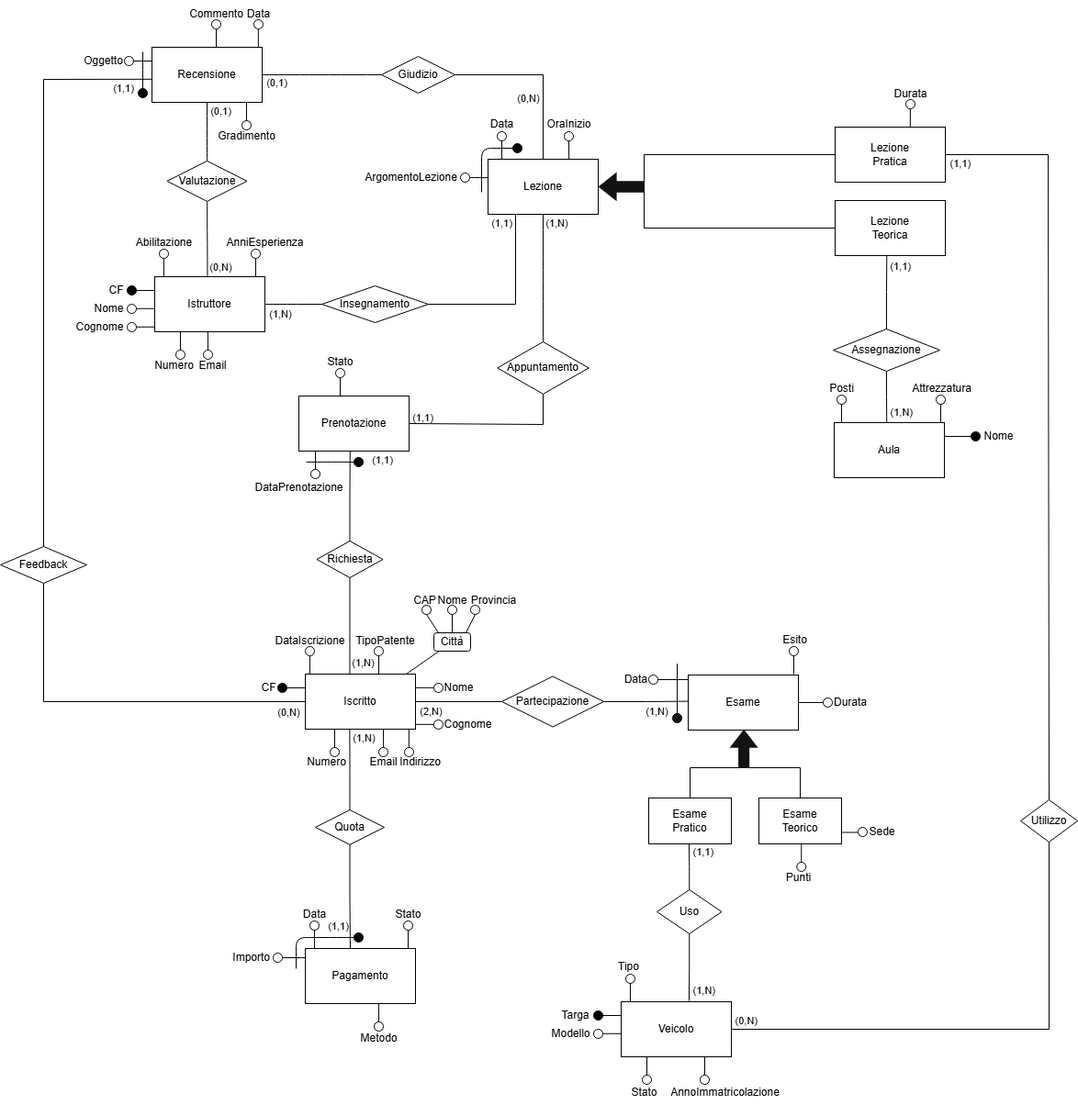
Earlier version of the draw.io export img/ER_ScuolaGuida.drawio.png (Andrea-Difino/db_scuola_guida). Source tidied: cells renumbered, new cells last; positions are measured from the earlier drawing's top-left corner, leaving out a move shared by most shapes.
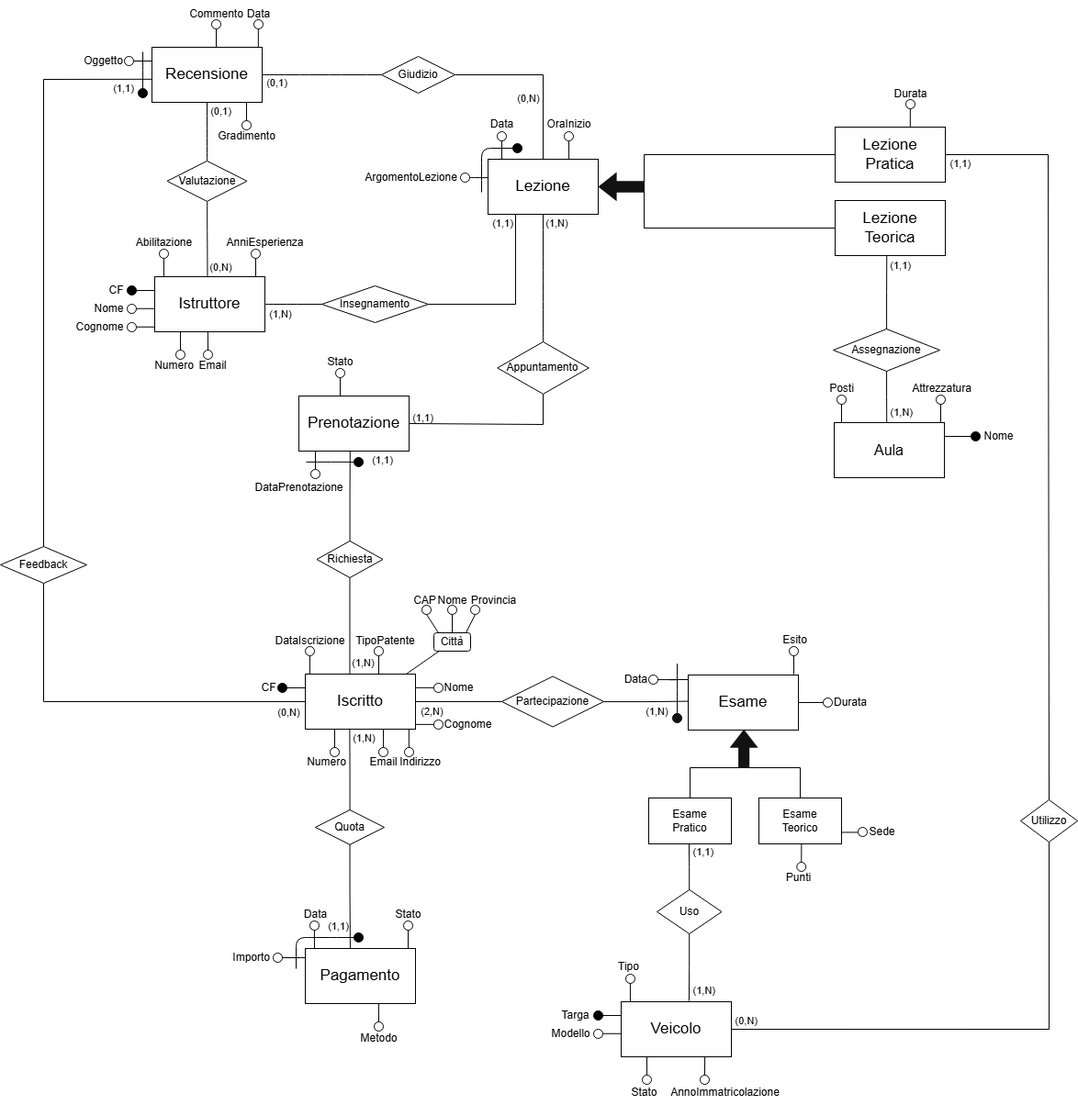
The same diagram one commit later.

Diff of the diagram source:
```diff
@@ -11,7 +11,7 @@
     <mxCell id="4" style="group;" parent="2" vertex="1">
       <mxGeometry width="278" height="140" as="geometry" />
     </mxCell>
-    <mxCell id="5" value="&lt;font style=&quot;color: light-dark(rgb(0, 0, 0), rgb(0, 0, 0));&quot;&gt;Pagamento&lt;/font&gt;" style="rounded=0;whiteSpace=wrap;html=1;fillColor=light-dark(#000000,#FFFFFF);strokeColor=light-dark(#000000,#000000);" parent="4" vertex="1">
+    <mxCell id="5" value="&lt;font style=&quot;color: light-dark(rgb(0, 0, 0), rgb(0, 0, 0));&quot;&gt;Pagamento&lt;/font&gt;" style="rounded=0;whiteSpace=wrap;html=1;fillColor=light-dark(#000000,#FFFFFF);strokeColor=light-dark(#000000,#000000);fontSize=17;" parent="4" vertex="1">
       <mxGeometry x="123" y="50" width="120" height="60" as="geometry" />
     </mxCell>
     <mxCell id="6" style="endArrow=none;html=1;rounded=0;fontFamily=Helvetica;fontSize=12;fontColor=default;entryX=0.75;entryY=1;entryDx=0;entryDy=0;strokeColor=light-dark(#000000,#000000);" parent="4" edge="1">
@@ -79,10 +79,7 @@
     <mxCell id="21" style="group;" parent="1" vertex="1">
       <mxGeometry x="77" width="395" height="781" as="geometry" />
     </mxCell>
-    <mxCell id="22" style="edgeStyle=orthogonalEdgeStyle;rounded=0;jettySize=auto;html=1;" parent="21" edge="1" source="23" target="31">
-      <mxGeometry relative="1" as="geometry" />
-    </mxCell>
-    <mxCell id="23" value="&lt;font style=&quot;color: light-dark(rgb(0, 0, 0), rgb(0, 0, 0));&quot;&gt;Recensione&lt;/font&gt;" style="rounded=0;whiteSpace=wrap;html=1;fillColor=light-dark(#000000,#FFFFFF);strokeColor=light-dark(#000000,#000000);" parent="21" vertex="1">
+    <mxCell id="23" value="&lt;font style=&quot;color: light-dark(rgb(0, 0, 0), rgb(0, 0, 0));&quot;&gt;Recensione&lt;/font&gt;" style="rounded=0;whiteSpace=wrap;html=1;fillColor=light-dark(#000000,#FFFFFF);strokeColor=light-dark(#000000,#000000);fontSize=17;" parent="21" vertex="1">
       <mxGeometry x="88" y="51" width="120" height="60" as="geometry" />
     </mxCell>
     <mxCell id="24" style="ellipse;whiteSpace=wrap;html=1;rounded=0;strokeColor=light-dark(#000000,#000000);align=center;verticalAlign=middle;fontFamily=Helvetica;fontSize=12;fontColor=light-dark(#000000,#000000);fillColor=light-dark(#FFFFFF,#FFFFFF);" parent="21" vertex="1">
@@ -142,7 +139,7 @@
     <mxCell id="37" style="group;" parent="1" vertex="1">
       <mxGeometry x="38" y="251" width="458" height="547" as="geometry" />
     </mxCell>
-    <mxCell id="38" value="&lt;font style=&quot;color: light-dark(rgb(0, 0, 0), rgb(0, 0, 0));&quot;&gt;Istruttore&lt;/font&gt;" style="rounded=0;whiteSpace=wrap;html=1;fillColor=light-dark(#000000,#FFFFFF);strokeColor=light-dark(#000000,#000000);" parent="37" vertex="1">
+    <mxCell id="38" value="&lt;font style=&quot;color: light-dark(rgb(0, 0, 0), rgb(0, 0, 0));&quot;&gt;Istruttore&lt;/font&gt;" style="rounded=0;whiteSpace=wrap;html=1;fillColor=light-dark(#000000,#FFFFFF);strokeColor=light-dark(#000000,#000000);fontSize=17;" parent="37" vertex="1">
       <mxGeometry x="130" y="50" width="120" height="60" as="geometry" />
     </mxCell>
     <mxCell id="39" style="ellipse;whiteSpace=wrap;html=1;rounded=0;strokeColor=light-dark(#000000,#000000);align=center;verticalAlign=middle;fontFamily=Helvetica;fontSize=12;fontColor=light-dark(#000000,#000000);fillColor=light-dark(#000000,#000000);" parent="37" vertex="1">
@@ -251,7 +248,7 @@
     <mxCell id="65" style="group;" parent="1" vertex="1">
       <mxGeometry x="185" y="430" width="323" height="370" as="geometry" />
     </mxCell>
-    <mxCell id="66" value="&lt;font style=&quot;color: light-dark(rgb(0, 0, 0), rgb(0, 0, 0));&quot;&gt;Prenotazione&lt;/font&gt;" style="rounded=0;whiteSpace=wrap;html=1;fillColor=light-dark(#000000,#FFFFFF);strokeColor=light-dark(#000000,#000000);" parent="65" vertex="1">
+    <mxCell id="66" value="&lt;font style=&quot;color: light-dark(rgb(0, 0, 0), rgb(0, 0, 0));&quot;&gt;Prenotazione&lt;/font&gt;" style="rounded=0;whiteSpace=wrap;html=1;fillColor=light-dark(#000000,#FFFFFF);strokeColor=light-dark(#000000,#000000);fontSize=17;" parent="65" vertex="1">
       <mxGeometry x="140" y="1" width="120" height="60" as="geometry" />
     </mxCell>
     <mxCell id="67" value="&lt;font style=&quot;color: light-dark(rgb(0, 0, 0), rgb(0, 0, 0));&quot;&gt;DataPrenotazione&lt;/font&gt;" style="text;html=1;align=center;verticalAlign=middle;strokeColor=none;fillColor=none;fontFamily=Helvetica;fontSize=12;fontColor=default;" parent="65" vertex="1">
@@ -288,7 +285,7 @@
     <mxCell id="73" style="group;" parent="1" vertex="1">
       <mxGeometry x="586" y="1038" width="253" height="178" as="geometry" />
     </mxCell>
-    <mxCell id="74" value="&lt;font style=&quot;color: light-dark(rgb(0, 0, 0), rgb(0, 0, 0));&quot;&gt;Veicolo&lt;/font&gt;" style="rounded=0;whiteSpace=wrap;html=1;fillColor=light-dark(#000000,#FFFFFF);strokeColor=light-dark(#000000,#000000);" parent="73" vertex="1">
+    <mxCell id="74" value="&lt;font style=&quot;color: light-dark(rgb(0, 0, 0), rgb(0, 0, 0));&quot;&gt;Veicolo&lt;/font&gt;" style="rounded=0;whiteSpace=wrap;html=1;fillColor=light-dark(#000000,#FFFFFF);strokeColor=light-dark(#000000,#000000);fontSize=17;" parent="73" vertex="1">
       <mxGeometry x="90" y="53" width="120" height="60" as="geometry" />
     </mxCell>
     <mxCell id="75" style="ellipse;whiteSpace=wrap;html=1;rounded=0;strokeColor=light-dark(#000000,#000000);align=center;verticalAlign=middle;fontFamily=Helvetica;fontSize=12;fontColor=light-dark(#000000,#000000);fillColor=light-dark(#000000,#000000);" parent="73" vertex="1">
@@ -356,7 +353,7 @@
     <mxCell id="92" style="group;" parent="1" vertex="1">
       <mxGeometry x="389" y="123" width="282" height="160" as="geometry" />
     </mxCell>
-    <mxCell id="93" value="&lt;font style=&quot;color: light-dark(rgb(0, 0, 0), rgb(0, 0, 0));&quot;&gt;Lezione&lt;/font&gt;" style="rounded=0;whiteSpace=wrap;html=1;fillColor=light-dark(#000000,#FFFFFF);strokeColor=light-dark(#000000,#000000);" parent="92" vertex="1">
+    <mxCell id="93" value="&lt;font style=&quot;color: light-dark(rgb(0, 0, 0), rgb(0, 0, 0));&quot;&gt;Lezione&lt;/font&gt;" style="rounded=0;whiteSpace=wrap;html=1;fillColor=light-dark(#000000,#FFFFFF);strokeColor=light-dark(#000000,#000000);fontSize=17;" parent="92" vertex="1">
       <mxGeometry x="142" y="50" width="120" height="60" as="geometry" />
     </mxCell>
     <mxCell id="94" style="ellipse;whiteSpace=wrap;html=1;rounded=0;strokeColor=light-dark(#000000,#000000);align=center;verticalAlign=middle;fontFamily=Helvetica;fontSize=12;fontColor=light-dark(#000000,#000000);fillColor=light-dark(#000000,#FFFFFF);" parent="92" vertex="1">
@@ -458,10 +455,10 @@
         </Array>
       </mxGeometry>
     </mxCell>
-    <mxCell id="121" value="&lt;font style=&quot;color: light-dark(rgb(0, 0, 0), rgb(0, 0, 0));&quot;&gt;Lezione&lt;/font&gt;&lt;div&gt;&lt;font style=&quot;color: light-dark(rgb(0, 0, 0), rgb(0, 0, 0));&quot;&gt;Teorica&lt;/font&gt;&lt;/div&gt;" style="rounded=0;whiteSpace=wrap;html=1;fillColor=light-dark(#000000,#FFFFFF);strokeColor=light-dark(#000000,#000000);" parent="1" vertex="1">
+    <mxCell id="121" value="&lt;font style=&quot;color: light-dark(rgb(0, 0, 0), rgb(0, 0, 0));&quot;&gt;Lezione&lt;/font&gt;&lt;div&gt;&lt;font style=&quot;color: light-dark(rgb(0, 0, 0), rgb(0, 0, 0));&quot;&gt;Teorica&lt;/font&gt;&lt;/div&gt;" style="rounded=0;whiteSpace=wrap;html=1;fillColor=light-dark(#000000,#FFFFFF);strokeColor=light-dark(#000000,#000000);fontSize=17;" parent="1" vertex="1">
       <mxGeometry x="909" y="218" width="120" height="60" as="geometry" />
     </mxCell>
-    <mxCell id="122" value="&lt;font style=&quot;color: light-dark(rgb(0, 0, 0), rgb(0, 0, 0));&quot;&gt;Lezione&lt;/font&gt;&lt;div&gt;&lt;font style=&quot;color: light-dark(rgb(0, 0, 0), rgb(0, 0, 0));&quot;&gt;Pratica&lt;/font&gt;&lt;/div&gt;" style="rounded=0;whiteSpace=wrap;html=1;fillColor=light-dark(#000000,#FFFFFF);strokeColor=light-dark(#000000,#000000);" parent="1" vertex="1">
+    <mxCell id="122" value="&lt;font style=&quot;color: light-dark(rgb(0, 0, 0), rgb(0, 0, 0));&quot;&gt;Lezione&lt;/font&gt;&lt;div&gt;&lt;font style=&quot;color: light-dark(rgb(0, 0, 0), rgb(0, 0, 0));&quot;&gt;Pratica&lt;/font&gt;&lt;/div&gt;" style="rounded=0;whiteSpace=wrap;html=1;fillColor=light-dark(#000000,#FFFFFF);strokeColor=light-dark(#000000,#000000);fontSize=17;" parent="1" vertex="1">
       <mxGeometry x="909" y="138" width="120" height="60" as="geometry" />
     </mxCell>
     <mxCell id="123" style="endArrow=none;html=1;rounded=0;strokeColor=light-dark(#000000,#000000);strokeWidth=1;align=center;verticalAlign=middle;fontFamily=Helvetica;fontSize=11;fontColor=default;labelBackgroundColor=default;edgeStyle=elbowEdgeStyle;exitX=0;exitY=0.5;exitDx=0;exitDy=0;entryX=0;entryY=0.5;entryDx=0;entryDy=0;" parent="1" edge="1" source="122" target="121">
@@ -483,7 +480,7 @@
     <mxCell id="127" value="&lt;font style=&quot;color: light-dark(rgb(0, 0, 0), rgb(0, 0, 0));&quot;&gt;Nome&lt;/font&gt;" style="text;html=1;align=center;verticalAlign=middle;strokeColor=none;fillColor=none;fontFamily=Helvetica;fontSize=12;fontColor=default;" parent="124" vertex="1">
       <mxGeometry x="154" y="54" width="50" height="26" as="geometry" />
     </mxCell>
-    <mxCell id="128" value="&lt;font style=&quot;color: light-dark(rgb(0, 0, 0), rgb(0, 0, 0));&quot;&gt;Aula&lt;/font&gt;" style="rounded=0;whiteSpace=wrap;html=1;fillColor=light-dark(#000000,#FFFFFF);strokeColor=light-dark(#000000,#000000);" parent="124" vertex="1">
+    <mxCell id="128" value="&lt;font style=&quot;color: light-dark(rgb(0, 0, 0), rgb(0, 0, 0));&quot;&gt;Aula&lt;/font&gt;" style="rounded=0;whiteSpace=wrap;html=1;fillColor=light-dark(#000000,#FFFFFF);strokeColor=light-dark(#000000,#000000);fontSize=16;" parent="124" vertex="1">
       <mxGeometry y="52" width="120" height="60" as="geometry" />
     </mxCell>
     <mxCell id="129" value="&lt;font style=&quot;color: light-dark(rgb(0, 0, 0), rgb(0, 0, 0));&quot;&gt;Posti&lt;/font&gt;" style="text;html=1;align=center;verticalAlign=middle;strokeColor=none;fillColor=none;fontFamily=Helvetica;fontSize=12;fontColor=default;" parent="124" vertex="1">
@@ -521,7 +518,7 @@
     <mxCell id="138" value="&lt;font style=&quot;color: light-dark(rgb(0, 0, 0), rgb(0, 0, 0));&quot;&gt;Durata&lt;/font&gt;" style="text;html=1;align=left;verticalAlign=middle;strokeColor=none;fillColor=none;fontFamily=Helvetica;fontSize=12;fontColor=default;" parent="135" vertex="1">
       <mxGeometry x="250" y="66" width="60" height="30" as="geometry" />
     </mxCell>
-    <mxCell id="139" value="&lt;font style=&quot;color: light-dark(rgb(0, 0, 0), rgb(0, 0, 0));&quot;&gt;Esame&lt;/font&gt;" style="rounded=0;whiteSpace=wrap;html=1;fillColor=light-dark(#000000,#FFFFFF);strokeColor=light-dark(#000000,#000000);" parent="135" vertex="1">
+    <mxCell id="139" value="&lt;font style=&quot;color: light-dark(rgb(0, 0, 0), rgb(0, 0, 0));&quot;&gt;Esame&lt;/font&gt;" style="rounded=0;whiteSpace=wrap;html=1;fillColor=light-dark(#000000,#FFFFFF);strokeColor=light-dark(#000000,#000000);fontSize=17;" parent="135" vertex="1">
       <mxGeometry x="93" y="51" width="120" height="60" as="geometry" />
     </mxCell>
     <mxCell id="140" style="ellipse;whiteSpace=wrap;html=1;rounded=0;strokeColor=light-dark(#000000,#000000);align=center;verticalAlign=middle;fontFamily=Helvetica;fontSize=12;fontColor=light-dark(#000000,#000000);fillColor=light-dark(#000000,#FFFFFF);" parent="135" vertex="1">
@@ -601,7 +598,7 @@
     <mxCell id="160" style="group;" parent="1" vertex="1">
       <mxGeometry x="234" y="639" width="338" height="206" as="geometry" />
     </mxCell>
-    <mxCell id="161" value="&lt;font style=&quot;color: light-dark(rgb(0, 0, 0), rgb(0, 0, 0));&quot;&gt;Iscritto&lt;/font&gt;" style="rounded=0;whiteSpace=wrap;html=1;fillColor=light-dark(#000000,#FFFFFF);strokeColor=light-dark(#000000,#000000);spacing=2;spacingTop=0;" parent="160" vertex="1">
+    <mxCell id="161" value="&lt;font style=&quot;color: light-dark(rgb(0, 0, 0), rgb(0, 0, 0)); font-size: 17px;&quot;&gt;Iscritto&lt;/font&gt;" style="rounded=0;whiteSpace=wrap;html=1;fillColor=light-dark(#000000,#FFFFFF);strokeColor=light-dark(#000000,#000000);spacing=2;spacingTop=0;" parent="160" vertex="1">
       <mxGeometry x="98" y="95" width="120" height="60" as="geometry" />
     </mxCell>
     <mxCell id="162" style="ellipse;whiteSpace=wrap;html=1;rounded=0;strokeColor=light-dark(#000000,#000000);align=center;verticalAlign=middle;fontFamily=Helvetica;fontSize=12;fontColor=light-dark(#000000,#000000);fillColor=light-dark(#000000,#000000);" parent="160" vertex="1">
```
